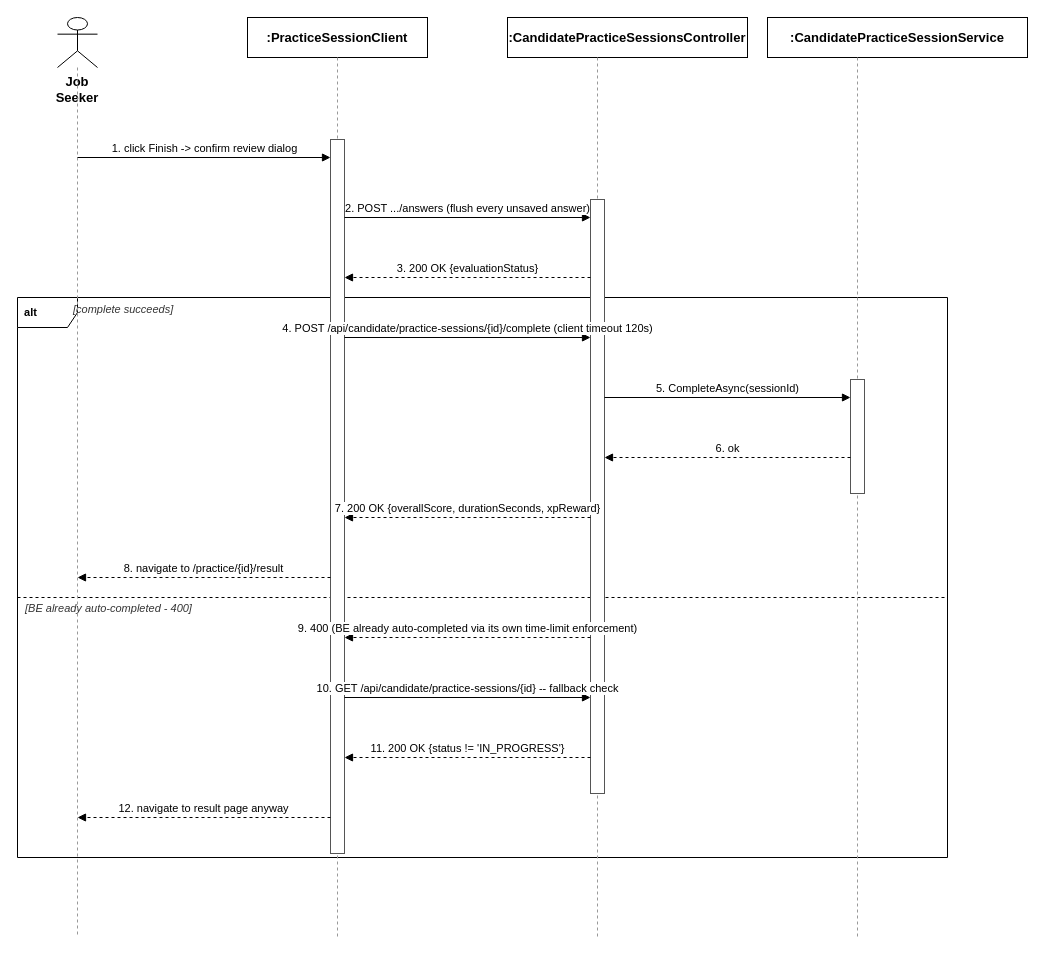
The draw.io diagram docs/qa/Tu_SequenceDiagram/07_Submit_Answers.drawio in tulklk/AI_Interview_Question_Generation_RAG_LLM_FE, before the edit. Source tidied: cells renumbered, new cells numbered last; positions are measured from the earlier drawing's top-left corner, leaving out a move shared by most shapes. Both pictures are drawn from the tidied source at 100%, with x=0, y=0 at pixel (17, 17).
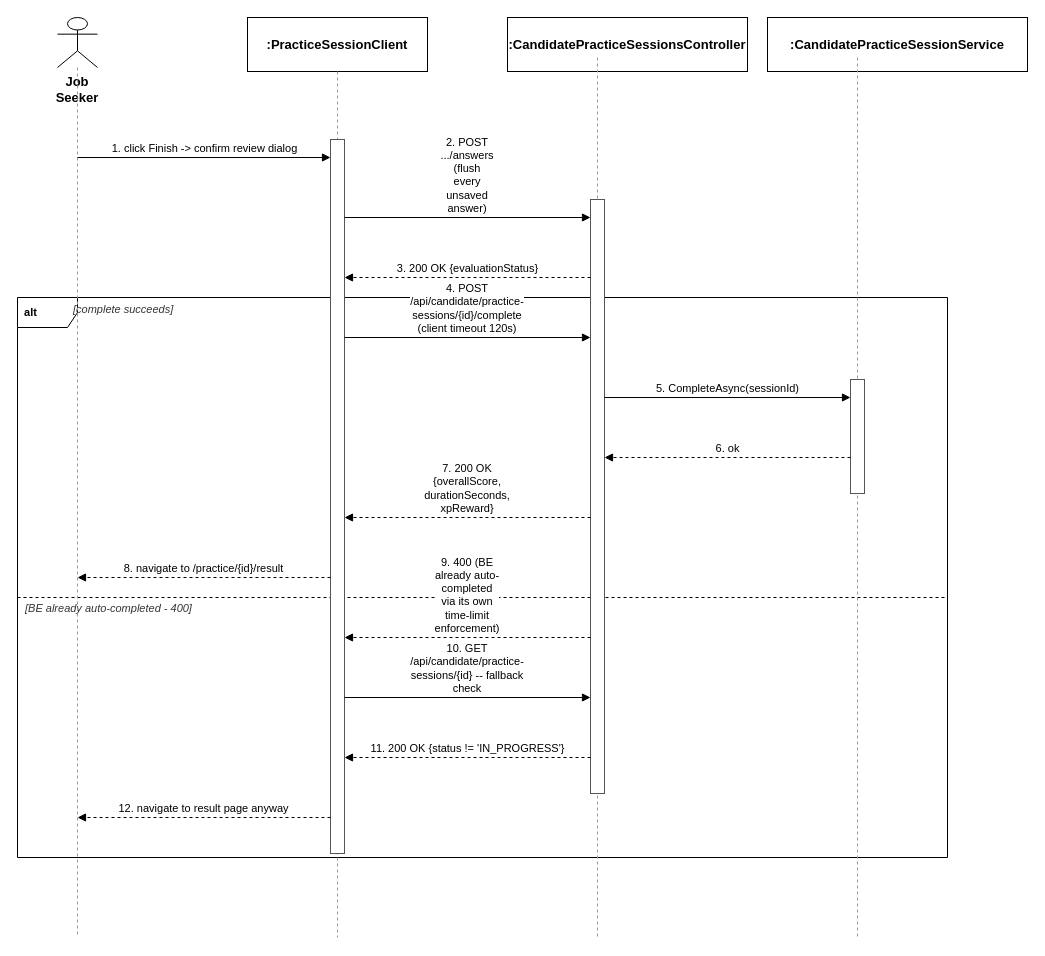
After the change.

Change to the diagram source:
```diff
@@
     <mxCell id="8" value=":PracticeSessionClient" style="rounded=0;whiteSpace=wrap;html=1;fontSize=13;fillColor=#ffffff;strokeColor=#000000;fontStyle=1;" parent="1" vertex="1">
-      <mxGeometry x="230" width="180" height="40" as="geometry" />
+      <mxGeometry x="230" width="180" height="54" as="geometry" />
     </mxCell>
     <mxCell id="9" style="endArrow=none;dashed=1;html=1;strokeColor=#999999;" parent="1" edge="1">
       <mxGeometry relative="1" as="geometry">
-        <mxPoint x="320" y="40" as="sourcePoint" />
+        <mxPoint x="320" y="54" as="sourcePoint" />
         <mxPoint x="320" y="920" as="targetPoint" />
       </mxGeometry>
     </mxCell>
     <mxCell id="10" value=":CandidatePracticeSessionsController" style="rounded=0;whiteSpace=wrap;html=1;fontSize=13;fillColor=#ffffff;strokeColor=#000000;fontStyle=1;" parent="1" vertex="1">
-      <mxGeometry x="490" width="240" height="40" as="geometry" />
+      <mxGeometry x="490" width="240" height="54" as="geometry" />
     </mxCell>
@@
     <mxCell id="12" value=":CandidatePracticeSessionService" style="rounded=0;whiteSpace=wrap;html=1;fontSize=13;fillColor=#ffffff;strokeColor=#000000;fontStyle=1;" parent="1" vertex="1">
-      <mxGeometry x="750" width="260" height="40" as="geometry" />
+      <mxGeometry x="750" width="260" height="54" as="geometry" />
     </mxCell>
@@
-    <mxCell id="18" value="2. POST .../answers (flush every unsaved answer)" style="endArrow=block;endFill=1;html=1;fontSize=11;align=center;verticalAlign=bottom;labelBackgroundColor=#ffffff;strokeColor=#000000;" parent="1" edge="1">
+    <mxCell id="18" value="2. POST .../answers (flush every unsaved answer)" style="endArrow=block;endFill=1;html=1;whiteSpace=wrap;fontSize=11;align=center;verticalAlign=bottom;labelBackgroundColor=#ffffff;strokeColor=#000000;" parent="1" edge="1">
       <mxGeometry relative="1" as="geometry">
         <mxPoint x="327" y="200" as="sourcePoint" />
         <mxPoint x="573" y="200" as="targetPoint" />
       </mxGeometry>
     </mxCell>
@@
-    <mxCell id="20" value="4. POST /api/candidate/practice-sessions/{id}/complete (client timeout 120s)" style="endArrow=block;endFill=1;html=1;fontSize=11;align=center;verticalAlign=bottom;labelBackgroundColor=#ffffff;strokeColor=#000000;" parent="1" edge="1">
+    <mxCell id="20" value="4. POST /api/candidate/practice-sessions/{id}/complete (client timeout 120s)" style="endArrow=block;endFill=1;html=1;whiteSpace=wrap;fontSize=11;align=center;verticalAlign=bottom;labelBackgroundColor=#ffffff;strokeColor=#000000;" parent="1" edge="1">
       <mxGeometry relative="1" as="geometry">
         <mxPoint x="327" y="320" as="sourcePoint" />
         <mxPoint x="573" y="320" as="targetPoint" />
       </mxGeometry>
     </mxCell>
@@
-    <mxCell id="23" value="7. 200 OK {overallScore, durationSeconds, xpReward}" style="endArrow=block;endFill=1;html=1;dashed=1;fontSize=11;align=center;verticalAlign=bottom;labelBackgroundColor=#ffffff;strokeColor=#000000;" parent="1" edge="1">
+    <mxCell id="23" value="7. 200 OK {overallScore, durationSeconds, xpReward}" style="endArrow=block;endFill=1;html=1;whiteSpace=wrap;dashed=1;fontSize=11;align=center;verticalAlign=bottom;labelBackgroundColor=#ffffff;strokeColor=#000000;" parent="1" edge="1">
       <mxGeometry relative="1" as="geometry">
         <mxPoint x="573" y="500" as="sourcePoint" />
         <mxPoint x="327" y="500" as="targetPoint" />
       </mxGeometry>
     </mxCell>
@@
-    <mxCell id="25" value="9. 400 (BE already auto-completed via its own time-limit enforcement)" style="endArrow=block;endFill=1;html=1;dashed=1;fontSize=11;align=center;verticalAlign=bottom;labelBackgroundColor=#ffffff;strokeColor=#000000;" parent="1" edge="1">
+    <mxCell id="25" value="9. 400 (BE already auto-completed via its own time-limit enforcement)" style="endArrow=block;endFill=1;html=1;whiteSpace=wrap;dashed=1;fontSize=11;align=center;verticalAlign=bottom;labelBackgroundColor=#ffffff;strokeColor=#000000;" parent="1" edge="1">
       <mxGeometry relative="1" as="geometry">
         <mxPoint x="573" y="620" as="sourcePoint" />
         <mxPoint x="327" y="620" as="targetPoint" />
       </mxGeometry>
     </mxCell>
-    <mxCell id="26" value="10. GET /api/candidate/practice-sessions/{id}  -- fallback check" style="endArrow=block;endFill=1;html=1;fontSize=11;align=center;verticalAlign=bottom;labelBackgroundColor=#ffffff;strokeColor=#000000;" parent="1" edge="1">
+    <mxCell id="26" value="10. GET /api/candidate/practice-sessions/{id}  -- fallback check" style="endArrow=block;endFill=1;html=1;whiteSpace=wrap;fontSize=11;align=center;verticalAlign=bottom;labelBackgroundColor=#ffffff;strokeColor=#000000;" parent="1" edge="1">
       <mxGeometry relative="1" as="geometry">
         <mxPoint x="327" y="680" as="sourcePoint" />
         <mxPoint x="573" y="680" as="targetPoint" />
       </mxGeometry>
     </mxCell>
```
